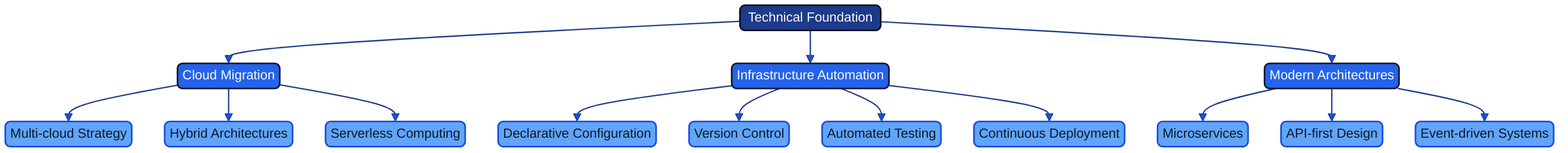
The Mermaid diagram docs/images/mindmap_21a_technical.png in Geonitab/architecture_as_code, before a commit. Its source is kept beside it as docs/images/mindmap_21a_technical.mmd. The source it was exported from:
```mermaid
graph TD
    ROOT(["Technical Foundation"]):::geon-primary
    ROOT --> CM["Cloud Migration"]:::geon-accent
    ROOT --> IA["Infrastructure Automation"]:::geon-accent
    ROOT --> MA["Modern Architectures"]:::geon-accent
    CM --> CM1["Multi-cloud Strategy"]:::geon-highlight
    CM --> CM2["Hybrid Architectures"]:::geon-highlight
    CM --> CM3["Serverless Computing"]:::geon-highlight
    IA --> IA1["Declarative Configuration"]:::geon-highlight
    IA --> IA2["Version Control"]:::geon-highlight
    IA --> IA3["Automated Testing"]:::geon-highlight
    IA --> IA4["Continuous Deployment"]:::geon-highlight
    MA --> MA1["Microservices"]:::geon-highlight
    MA --> MA2["API-first Design"]:::geon-highlight
    MA --> MA3["Event-driven Systems"]:::geon-highlight
```
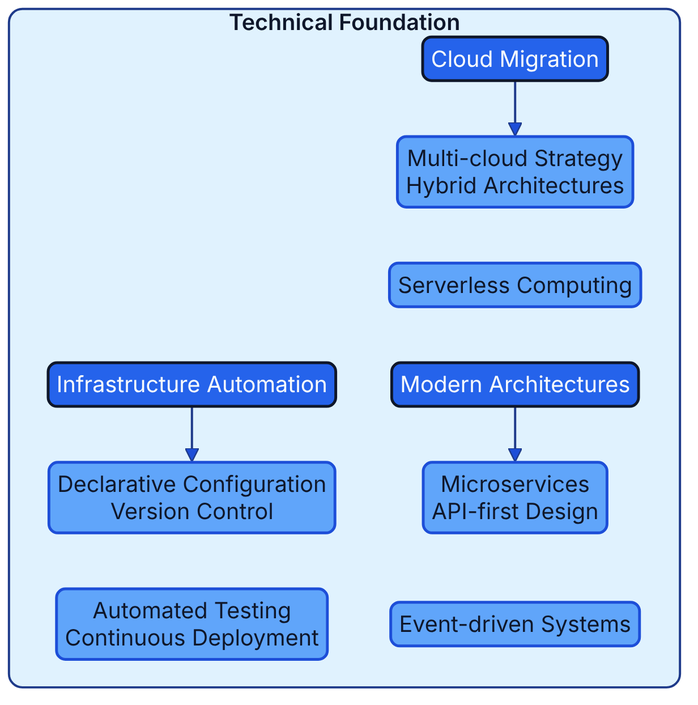
After the change.

What changed in the source:
```diff
@@ -1,15 +1,20 @@
-graph TD
-    ROOT(["Technical Foundation"]):::geon-primary
-    ROOT --> CM["Cloud Migration"]:::geon-accent
-    ROOT --> IA["Infrastructure Automation"]:::geon-accent
-    ROOT --> MA["Modern Architectures"]:::geon-accent
-    CM --> CM1["Multi-cloud Strategy"]:::geon-highlight
-    CM --> CM2["Hybrid Architectures"]:::geon-highlight
-    CM --> CM3["Serverless Computing"]:::geon-highlight
-    IA --> IA1["Declarative Configuration"]:::geon-highlight
-    IA --> IA2["Version Control"]:::geon-highlight
-    IA --> IA3["Automated Testing"]:::geon-highlight
-    IA --> IA4["Continuous Deployment"]:::geon-highlight
-    MA --> MA1["Microservices"]:::geon-highlight
-    MA --> MA2["API-first Design"]:::geon-highlight
-    MA --> MA3["Event-driven Systems"]:::geon-highlight
+flowchart TB
+    subgraph ROOT["Technical Foundation"]
+        direction TB
+        B0["Cloud Migration"]:::geon-accent
+        L0_0["Multi-cloud Strategy<br/>Hybrid Architectures"]:::geon-highlight
+        B0 --> L0_0
+        L0_1["Serverless Computing"]:::geon-highlight
+        L0_0 ~~~ L0_1
+        B1["Infrastructure Automation"]:::geon-accent
+        L1_0["Declarative Configuration<br/>Version Control"]:::geon-highlight
+        B1 --> L1_0
+        L1_1["Automated Testing<br/>Continuous Deployment"]:::geon-highlight
+        L1_0 ~~~ L1_1
+        B2["Modern Architectures"]:::geon-accent
+        L2_0["Microservices<br/>API-first Design"]:::geon-highlight
+        B2 --> L2_0
+        L2_1["Event-driven Systems"]:::geon-highlight
+        L2_0 ~~~ L2_1
+        L0_1 ~~~ B2
+    end
```
